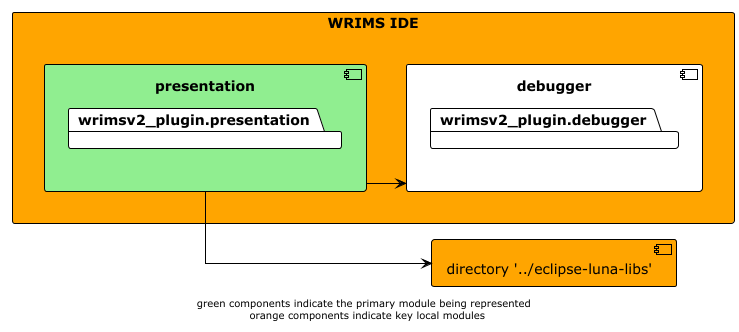
Before: docs/diagrams/wrims-ide/wrims-ide_presentation.png, a diagram exported from PlantUML (CentralValleyModeling/wrims-gui). The source it was exported from:
```plantuml
@startuml

!theme plain
left to right direction
skinparam linetype ortho

rectangle wrims-ide as "WRIMS IDE" #orange {
    component presentation #lightgreen {
        package wrimsv2_plugin.presentation
    }
    component debugger {
        package wrimsv2_plugin.debugger
    }
}

component luna_libs as "directory '../eclipse-luna-libs'" #orange

presentation -down-> luna_libs
presentation -down-> debugger

footer "green components indicate the primary module being represented \n orange components indicate key local modules"
@enduml
```
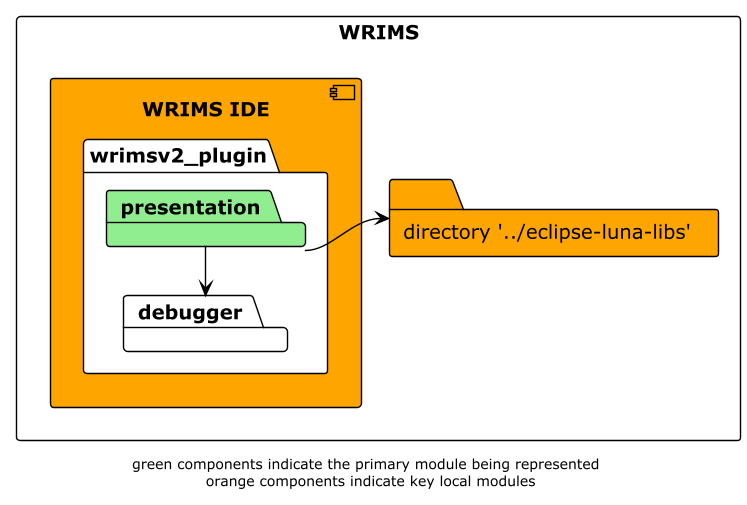
After the commit.

The edit, as a diff of the source:
```diff
@@ -4,19 +4,19 @@
 left to right direction
 skinparam linetype ortho
 
-rectangle wrims-ide as "WRIMS IDE" #orange {
-    component presentation #lightgreen {
-        package wrimsv2_plugin.presentation
+rectangle WRIMS {
+    component wrims-ide as "WRIMS IDE" #orange {
+        package wrimsv2_plugin  {
+            package presentation #lightgreen
+            package debugger
+        }
     }
-    component debugger {
-        package wrimsv2_plugin.debugger
-    }
+
+    folder luna_libs as "directory '../eclipse-luna-libs'" #orange
 }
 
-component luna_libs as "directory '../eclipse-luna-libs'" #orange
-
 presentation -down-> luna_libs
-presentation -down-> debugger
+presentation -l-> debugger
 
 footer "green components indicate the primary module being represented \n orange components indicate key local modules"
 @enduml
```
